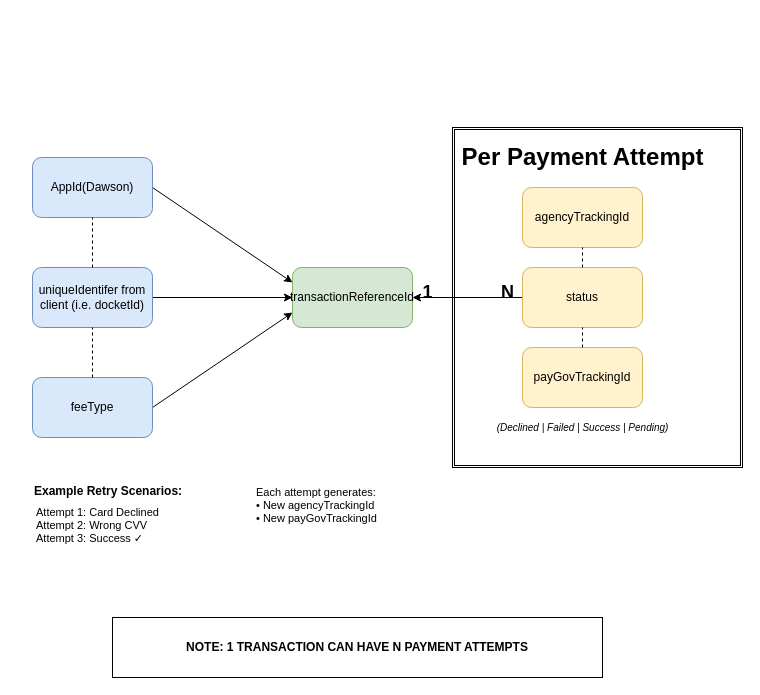
Before: docs/diagrams/unique-id.drawio in ustaxcourt/ustc-payment-portal, a draw.io diagram. Source tidied: cells renumbered, new cells numbered last; positions are measured from the earlier drawing's top-left corner, leaving out a move shared by most shapes. Both pictures are drawn from the tidied source at 100%, with x=0, y=0 at pixel (32, 127).
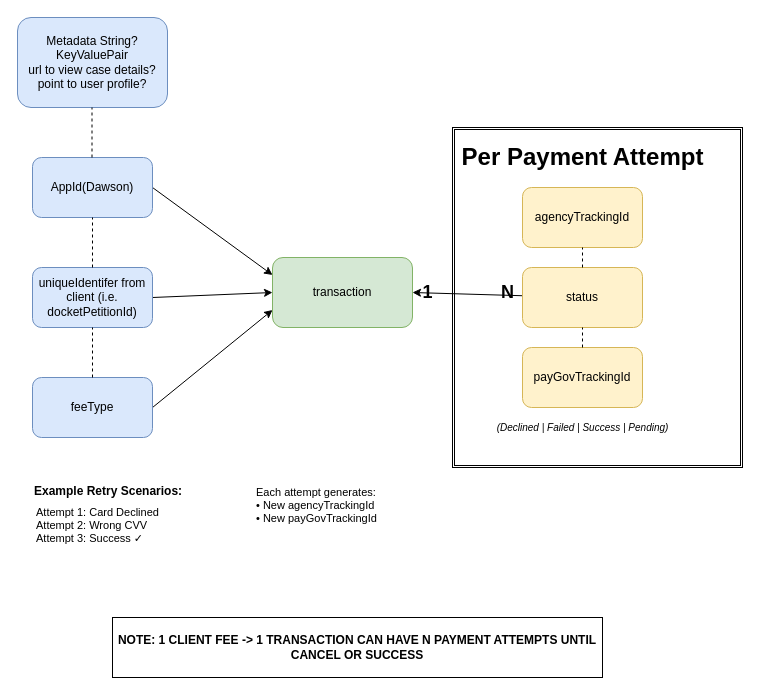
The same diagram, later.

Commit message:
Updates per our team sync to unique id links

What changed in the source:
```diff
@@
-    <mxCell id="5" value="uniqueIdentifer from client (i.e. docketId)" style="rounded=1;whiteSpace=wrap;html=1;fillColor=#dae8fc;strokeColor=#6c8ebf;" parent="1" vertex="1">
+    <mxCell id="5" value="uniqueIdentifer from client (i.e. docketPetitionId)" style="rounded=1;whiteSpace=wrap;html=1;fillColor=#dae8fc;strokeColor=#6c8ebf;" parent="1" vertex="1">
       <mxGeometry y="140" width="120" height="60" as="geometry" />
     </mxCell>
@@
-    <mxCell id="8" value="transactionReferenceId" style="rounded=1;whiteSpace=wrap;html=1;fillColor=#d5e8d4;strokeColor=#82b366;" parent="1" vertex="1">
-      <mxGeometry x="260" y="140" width="120" height="60" as="geometry" />
+    <mxCell id="8" value="transaction" style="rounded=1;whiteSpace=wrap;html=1;fillColor=#d5e8d4;strokeColor=#82b366;" parent="1" vertex="1">
+      <mxGeometry x="240" y="130" width="140" height="70" as="geometry" />
     </mxCell>
@@
-    <mxCell id="25" value="&lt;b&gt;NOTE: 1 TRANSACTION CAN HAVE N PAYMENT ATTEMPTS&lt;/b&gt;" style="rounded=0;whiteSpace=wrap;html=1;" parent="1" vertex="1">
+    <mxCell id="25" value="&lt;b&gt;NOTE: 1 CLIENT FEE -&amp;gt; 1 TRANSACTION CAN HAVE N PAYMENT ATTEMPTS UNTIL CANCEL OR SUCCESS&lt;/b&gt;" style="rounded=0;whiteSpace=wrap;html=1;" parent="1" vertex="1">
       <mxGeometry x="80" y="490" width="490" height="60" as="geometry" />
     </mxCell>
+    <mxCell id="26" value="Metadata String?&lt;div&gt;KeyValuePair&lt;/div&gt;&lt;div&gt;url to view case details?&lt;/div&gt;&lt;div&gt;point to user profile?&lt;/div&gt;" style="rounded=1;whiteSpace=wrap;html=1;fillColor=#dae8fc;strokeColor=#6c8ebf;" parent="1" vertex="1">
+      <mxGeometry x="-15" y="-110" width="150" height="90" as="geometry" />
+    </mxCell>
+    <mxCell id="27" style="endArrow=none;dashed=1;html=1;entryX=0.5;entryY=1;entryDx=0;entryDy=0;exitX=0.5;exitY=0;exitDx=0;exitDy=0;" parent="1" edge="1">
+      <mxGeometry relative="1" as="geometry">
+        <mxPoint x="59.5" y="30" as="sourcePoint" />
+        <mxPoint x="59.5" y="-20" as="targetPoint" />
+      </mxGeometry>
+    </mxCell>
```
